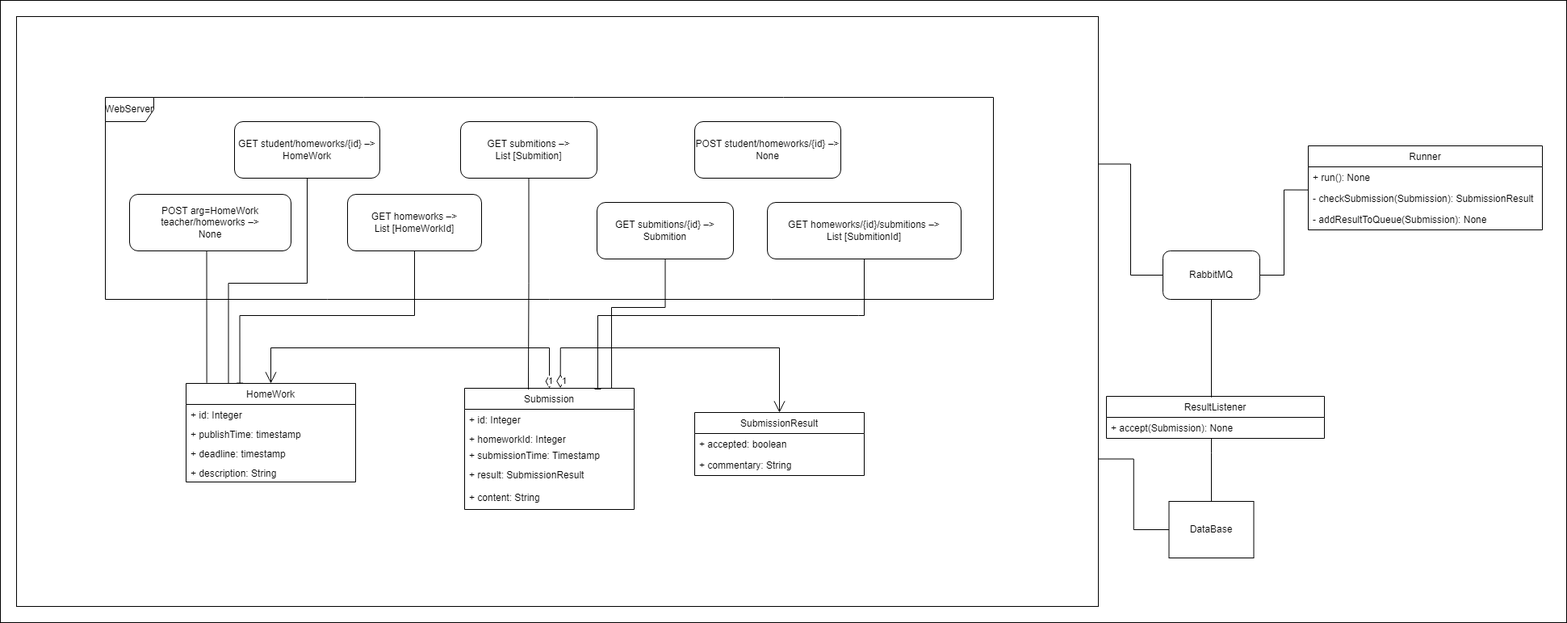
This is resources/classes.png from eshelukhina/HSE2022-MyHWProj, a draw.io export, as it was before one commit. Source tidied: cells renumbered, new cells last; positions are measured from the earlier drawing's top-left corner, leaving out a move shared by most shapes.
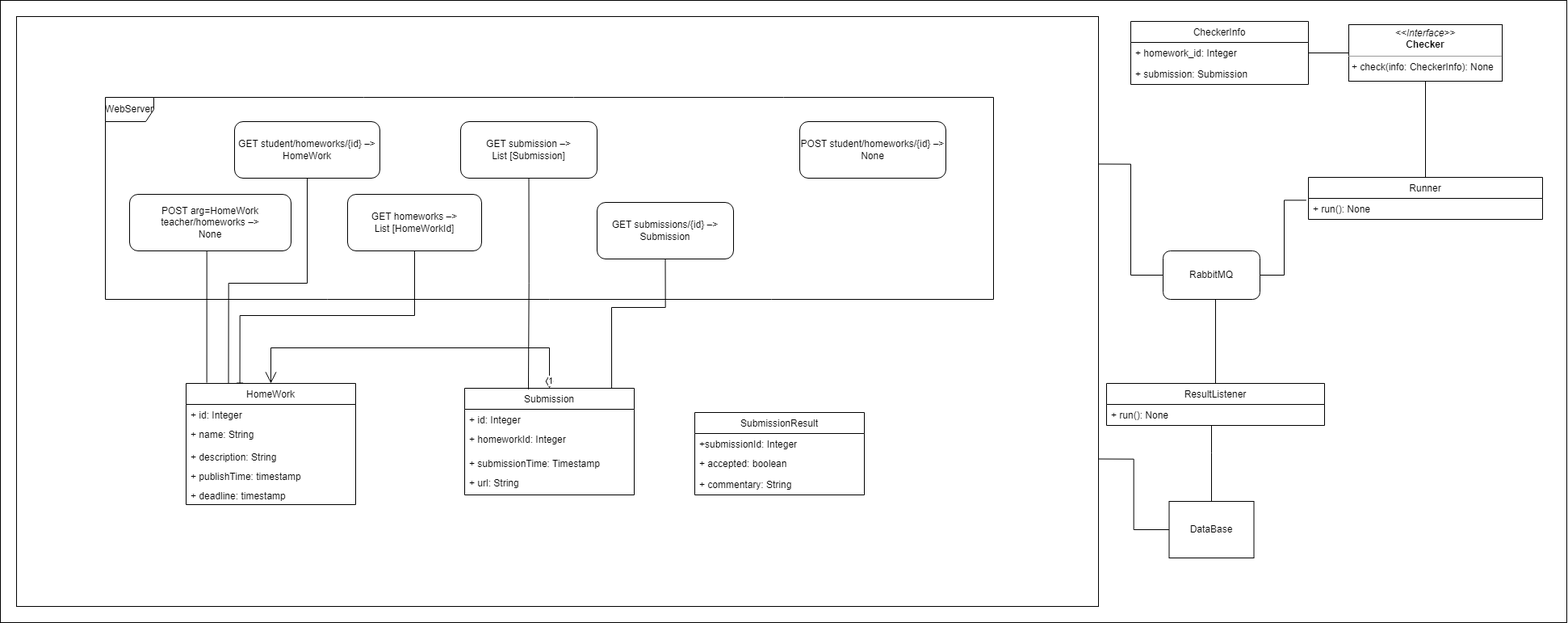
After the change.

Change to the diagram source:
```diff
@@ -5,7 +5,7 @@
     <mxCell id="2" style="rounded=0;whiteSpace=wrap;html=1;" parent="1" vertex="1">
       <mxGeometry width="1940" height="770" as="geometry" />
     </mxCell>
-    <mxCell id="3" style="edgeStyle=orthogonalEdgeStyle;rounded=0;jettySize=auto;html=1;entryX=1;entryY=0.5;entryDx=0;entryDy=0;endArrow=none;endFill=0;exitX=0;exitY=1.099;exitDx=0;exitDy=0;exitPerimeter=0;" parent="1" edge="1" source="45" target="43">
+    <mxCell id="3" style="edgeStyle=orthogonalEdgeStyle;rounded=0;jettySize=auto;html=1;entryX=1;entryY=0.5;entryDx=0;entryDy=0;endArrow=none;endFill=0;exitX=-0.009;exitY=0.09;exitDx=0;exitDy=0;exitPerimeter=0;" parent="1" edge="1" source="45" target="43">
       <mxGeometry relative="1" as="geometry" />
     </mxCell>
     <mxCell id="4" style="edgeStyle=orthogonalEdgeStyle;rounded=0;jettySize=auto;html=1;exitX=1;exitY=0.25;exitDx=0;exitDy=0;entryX=0;entryY=0.5;entryDx=0;entryDy=0;endArrow=none;endFill=0;" parent="1" edge="1" source="5" target="43">
@@ -29,47 +29,50 @@
       <mxGeometry x="430" y="240" width="166" height="70" as="geometry" />
     </mxCell>
     <mxCell id="9" value="SubmissionResult" style="swimlane;fontStyle=0;horizontal=1;startSize=26;fillColor=none;" parent="1" vertex="1">
-      <mxGeometry x="860" y="510" width="210" height="78" as="geometry" />
+      <mxGeometry x="860" y="510" width="210" height="102" as="geometry" />
     </mxCell>
+    <mxCell id="48" value="+submissionId: Integer" style="text;strokeColor=none;fillColor=none;align=left;verticalAlign=top;spacingLeft=4;spacingRight=4;overflow=hidden;" parent="9" vertex="1">
+      <mxGeometry y="26" width="210" height="24" as="geometry" />
+    </mxCell>
     <mxCell id="10" value="+ accepted: boolean" style="text;strokeColor=none;fillColor=none;align=left;verticalAlign=top;spacingLeft=4;spacingRight=4;overflow=hidden;" parent="9" vertex="1">
-      <mxGeometry y="26" width="210" height="26" as="geometry" />
+      <mxGeometry y="50" width="210" height="26" as="geometry" />
     </mxCell>
     <mxCell id="11" value="+ commentary: String " style="text;strokeColor=none;fillColor=none;align=left;verticalAlign=top;spacingLeft=4;spacingRight=4;overflow=hidden;" parent="9" vertex="1">
-      <mxGeometry y="52" width="210" height="26" as="geometry" />
+      <mxGeometry y="76" width="210" height="26" as="geometry" />
     </mxCell>
     <mxCell id="12" value="Submission" style="swimlane;fontStyle=0;horizontal=1;startSize=26;fillColor=none;" parent="1" vertex="1">
-      <mxGeometry x="575" y="480" width="210" height="150" as="geometry" />
+      <mxGeometry x="575" y="480" width="210" height="132" as="geometry" />
     </mxCell>
     <mxCell id="13" value="+ id: Integer" style="text;strokeColor=none;fillColor=none;align=left;verticalAlign=top;spacingLeft=4;spacingRight=4;overflow=hidden;" parent="12" vertex="1">
       <mxGeometry y="26" width="210" height="24" as="geometry" />
     </mxCell>
     <mxCell id="14" value="+ homeworkId: Integer " style="text;strokeColor=none;fillColor=none;align=left;verticalAlign=top;spacingLeft=4;spacingRight=4;overflow=hidden;" parent="12" vertex="1">
-      <mxGeometry y="50" width="210" height="20" as="geometry" />
+      <mxGeometry y="50" width="210" height="30" as="geometry" />
     </mxCell>
     <mxCell id="15" value="+ submissionTime: Timestamp " style="text;strokeColor=none;fillColor=none;align=left;verticalAlign=top;spacingLeft=4;spacingRight=4;overflow=hidden;" parent="12" vertex="1">
-      <mxGeometry y="70" width="210" height="24" as="geometry" />
+      <mxGeometry y="80" width="210" height="24" as="geometry" />
     </mxCell>
-    <mxCell id="16" value="+ result: SubmissionResult " style="text;strokeColor=none;fillColor=none;align=left;verticalAlign=top;spacingLeft=4;spacingRight=4;overflow=hidden;" parent="12" vertex="1">
-      <mxGeometry y="94" width="210" height="28" as="geometry" />
-    </mxCell>
-    <mxCell id="17" value="+ content: String " style="text;strokeColor=none;fillColor=none;align=left;verticalAlign=top;spacingLeft=4;spacingRight=4;overflow=hidden;" parent="12" vertex="1">
-      <mxGeometry y="122" width="210" height="28" as="geometry" />
+    <mxCell id="17" value="+ url: String " style="text;strokeColor=none;fillColor=none;align=left;verticalAlign=top;spacingLeft=4;spacingRight=4;overflow=hidden;" parent="12" vertex="1">
+      <mxGeometry y="104" width="210" height="28" as="geometry" />
     </mxCell>
     <mxCell id="18" value="HomeWork" style="swimlane;fontStyle=0;horizontal=1;startSize=26;fillColor=none;" parent="1" vertex="1">
-      <mxGeometry x="230" y="474" width="210" height="122" as="geometry" />
+      <mxGeometry x="230" y="474" width="210" height="150" as="geometry" />
     </mxCell>
     <mxCell id="19" value="+ id: Integer" style="text;strokeColor=none;fillColor=none;align=left;verticalAlign=top;spacingLeft=4;spacingRight=4;overflow=hidden;" parent="18" vertex="1">
       <mxGeometry y="26" width="210" height="24" as="geometry" />
     </mxCell>
+    <mxCell id="49" value="+ name: String " style="text;strokeColor=none;fillColor=none;align=left;verticalAlign=top;spacingLeft=4;spacingRight=4;overflow=hidden;" parent="18" vertex="1">
+      <mxGeometry y="50" width="210" height="28" as="geometry" />
+    </mxCell>
+    <mxCell id="22" value="+ description: String" style="text;strokeColor=none;fillColor=none;align=left;verticalAlign=top;spacingLeft=4;spacingRight=4;overflow=hidden;" parent="18" vertex="1">
+      <mxGeometry y="78" width="210" height="24" as="geometry" />
+    </mxCell>
     <mxCell id="20" value="+ publishTime: timestamp" style="text;strokeColor=none;fillColor=none;align=left;verticalAlign=top;spacingLeft=4;spacingRight=4;overflow=hidden;" parent="18" vertex="1">
-      <mxGeometry y="50" width="210" height="24" as="geometry" />
+      <mxGeometry y="102" width="210" height="24" as="geometry" />
     </mxCell>
     <mxCell id="21" value="+ deadline: timestamp" style="text;strokeColor=none;fillColor=none;align=left;verticalAlign=top;spacingLeft=4;spacingRight=4;overflow=hidden;" parent="18" vertex="1">
-      <mxGeometry y="74" width="210" height="24" as="geometry" />
+      <mxGeometry y="126" width="210" height="24" as="geometry" />
     </mxCell>
-    <mxCell id="22" value="+ description: String" style="text;strokeColor=none;fillColor=none;align=left;verticalAlign=top;spacingLeft=4;spacingRight=4;overflow=hidden;" parent="18" vertex="1">
-      <mxGeometry y="98" width="210" height="24" as="geometry" />
-    </mxCell>
     <mxCell id="23" style="edgeStyle=orthogonalEdgeStyle;rounded=0;jettySize=auto;html=1;exitX=0.5;exitY=1;exitDx=0;exitDy=0;entryX=0.25;entryY=0;entryDx=0;entryDy=0;endArrow=none;endFill=0;" parent="1" edge="1" source="24" target="18">
       <mxGeometry relative="1" as="geometry">
         <Array as="points">
@@ -84,24 +87,11 @@
     <mxCell id="25" style="edgeStyle=orthogonalEdgeStyle;rounded=0;jettySize=auto;html=1;exitX=0.5;exitY=1;exitDx=0;exitDy=0;entryX=0.376;entryY=0.01;entryDx=0;entryDy=0;entryPerimeter=0;endArrow=none;endFill=0;" parent="1" edge="1" source="26" target="12">
       <mxGeometry relative="1" as="geometry" />
     </mxCell>
-    <mxCell id="26" value="GET submitions –&amp;gt;&lt;br&gt;List [Submition]" style="rounded=1;whiteSpace=wrap;html=1;" parent="1" vertex="1">
+    <mxCell id="26" value="GET&amp;nbsp;&lt;span style=&quot;&quot;&gt;submission&lt;/span&gt;&amp;nbsp;–&amp;gt;&lt;br&gt;List [Submission]" style="rounded=1;whiteSpace=wrap;html=1;" parent="1" vertex="1">
       <mxGeometry x="570" y="150" width="169" height="70" as="geometry" />
     </mxCell>
-    <mxCell id="27" style="edgeStyle=orthogonalEdgeStyle;rounded=0;jettySize=auto;html=1;exitX=0.5;exitY=1;exitDx=0;exitDy=0;endArrow=baseDash;endFill=0;" parent="1" edge="1" source="28">
-      <mxGeometry relative="1" as="geometry">
-        <mxPoint x="740" y="481" as="targetPoint" />
-        <Array as="points">
-          <mxPoint x="1063" y="390" />
-          <mxPoint x="740" y="390" />
-          <mxPoint x="740" y="481" />
-        </Array>
-      </mxGeometry>
-    </mxCell>
-    <mxCell id="28" value="GET homeworks/{id}/submitions –&amp;gt;&lt;br&gt;List [SubmitionId]" style="rounded=1;whiteSpace=wrap;html=1;" parent="1" vertex="1">
-      <mxGeometry x="950" y="250" width="240" height="70" as="geometry" />
-    </mxCell>
     <mxCell id="29" value="POST student/homeworks/{id} –&amp;gt;&lt;br&gt;None" style="rounded=1;whiteSpace=wrap;html=1;" parent="1" vertex="1">
-      <mxGeometry x="860" y="150" width="181" height="70" as="geometry" />
+      <mxGeometry x="990" y="150" width="181" height="70" as="geometry" />
     </mxCell>
     <mxCell id="30" style="edgeStyle=orthogonalEdgeStyle;rounded=0;jettySize=auto;html=1;exitX=0.5;exitY=1;exitDx=0;exitDy=0;endArrow=none;endFill=0;entryX=0.867;entryY=-0.003;entryDx=0;entryDy=0;entryPerimeter=0;" parent="1" edge="1" source="31" target="12">
       <mxGeometry relative="1" as="geometry">
@@ -111,7 +101,7 @@
         </Array>
       </mxGeometry>
     </mxCell>
-    <mxCell id="31" value="GET submitions/{id} –&amp;gt;&lt;br&gt;Submition" style="rounded=1;whiteSpace=wrap;html=1;" parent="1" vertex="1">
+    <mxCell id="31" value="GET&amp;nbsp;&lt;span style=&quot;&quot;&gt;submissions&lt;/span&gt;/{id} –&amp;gt;&lt;br&gt;Submission" style="rounded=1;whiteSpace=wrap;html=1;" parent="1" vertex="1">
       <mxGeometry x="739" y="250" width="169" height="70" as="geometry" />
     </mxCell>
     <mxCell id="32" style="edgeStyle=orthogonalEdgeStyle;rounded=0;jettySize=auto;html=1;exitX=0.5;exitY=1;exitDx=0;exitDy=0;entryX=0.122;entryY=-0.006;entryDx=0;entryDy=0;endArrow=none;endFill=0;entryPerimeter=0;" parent="1" edge="1" source="33" target="18">
@@ -124,14 +114,6 @@
     <mxCell id="33" value="POST arg=HomeWork teacher/homeworks –&amp;gt;&lt;br&gt;None" style="rounded=1;whiteSpace=wrap;html=1;" parent="1" vertex="1">
       <mxGeometry x="160" y="240" width="200" height="70" as="geometry" />
     </mxCell>
-    <mxCell id="34" value="1" style="endArrow=open;html=1;endSize=12;startArrow=diamondThin;startSize=14;startFill=0;edgeStyle=orthogonalEdgeStyle;align=left;verticalAlign=bottom;rounded=0;exitX=0.565;exitY=-0.002;exitDx=0;exitDy=0;entryX=0.5;entryY=0;entryDx=0;entryDy=0;exitPerimeter=0;" parent="1" edge="1" source="12" target="9">
-      <mxGeometry x="-1" relative="1" as="geometry">
-        <Array as="points">
-          <mxPoint x="694" y="430" />
-          <mxPoint x="965" y="430" />
-        </Array>
-      </mxGeometry>
-    </mxCell>
     <mxCell id="35" value="1" style="endArrow=open;html=1;endSize=12;startArrow=diamondThin;startSize=14;startFill=0;edgeStyle=orthogonalEdgeStyle;align=left;verticalAlign=bottom;rounded=0;exitX=0.5;exitY=0;exitDx=0;exitDy=0;entryX=0.5;entryY=0;entryDx=0;entryDy=0;" parent="1" edge="1" source="12" target="18">
       <mxGeometry x="-1" y="3" relative="1" as="geometry">
         <Array as="points">
@@ -155,36 +137,48 @@
       </mxGeometry>
     </mxCell>
     <mxCell id="39" value="ResultListener" style="swimlane;fontStyle=0;horizontal=1;startSize=26;fillColor=none;" parent="1" vertex="1">
-      <mxGeometry x="1370" y="490" width="270" height="52" as="geometry" />
+      <mxGeometry x="1370" y="474" width="270" height="52" as="geometry" />
     </mxCell>
-    <mxCell id="40" value="+ accept(Submission): None" style="text;strokeColor=none;fillColor=none;align=left;verticalAlign=top;spacingLeft=4;spacingRight=4;overflow=hidden;" parent="39" vertex="1">
-      <mxGeometry y="26" width="270" height="26" as="geometry" />
-    </mxCell>
+    <mxCell id="50" value="+ run(): None" style="text;strokeColor=none;fillColor=none;align=left;verticalAlign=top;spacingLeft=4;spacingRight=4;overflow=hidden;" parent="39" vertex="1">
+      <mxGeometry y="26" width="270" height="26" as="geometry" />
+    </mxCell>
     <mxCell id="41" value="DataBase" style="text;html=1;strokeColor=none;fillColor=none;align=center;verticalAlign=middle;whiteSpace=wrap;rounded=0;" parent="1" vertex="1">
       <mxGeometry x="1470" y="640" width="60" height="30" as="geometry" />
     </mxCell>
-    <mxCell id="42" style="edgeStyle=orthogonalEdgeStyle;rounded=0;jettySize=auto;html=1;exitX=0.5;exitY=1;exitDx=0;exitDy=0;endArrow=none;endFill=0;" parent="1" edge="1" source="43">
-      <mxGeometry relative="1" as="geometry">
-        <mxPoint x="1500" y="470" as="targetPoint" />
-        <Array as="points">
-          <mxPoint x="1500" y="491" />
-        </Array>
-      </mxGeometry>
-    </mxCell>
     <mxCell id="43" value="RabbitMQ" style="rounded=1;whiteSpace=wrap;html=1;" parent="1" vertex="1">
       <mxGeometry x="1440" y="310" width="120" height="60" as="geometry" />
     </mxCell>
     <mxCell id="44" value="Runner" style="swimlane;fontStyle=0;horizontal=1;startSize=26;fillColor=none;" parent="1" vertex="1">
-      <mxGeometry x="1620" y="180" width="290" height="104" as="geometry" />
+      <mxGeometry x="1620" y="219" width="290" height="52" as="geometry" />
     </mxCell>
     <mxCell id="45" value="+ run(): None" style="text;strokeColor=none;fillColor=none;align=left;verticalAlign=top;spacingLeft=4;spacingRight=4;overflow=hidden;points=[[0,0.5],[1,0.5]];portConstraint=eastwest;" parent="44" vertex="1">
       <mxGeometry y="26" width="290" height="26" as="geometry" />
     </mxCell>
-    <mxCell id="46" value="- checkSubmission(Submission): SubmissionResult" style="text;strokeColor=none;fillColor=none;align=left;verticalAlign=top;spacingLeft=4;spacingRight=4;overflow=hidden;" parent="44" vertex="1">
-      <mxGeometry y="52" width="290" height="26" as="geometry" />
-    </mxCell>
-    <mxCell id="47" value="- addResultToQueue(Submission): None" style="text;strokeColor=none;fillColor=none;align=left;verticalAlign=top;spacingLeft=4;spacingRight=4;overflow=hidden;" parent="44" vertex="1">
-      <mxGeometry y="78" width="290" height="26" as="geometry" />
-    </mxCell>
+    <mxCell id="51" style="edgeStyle=orthogonalEdgeStyle;rounded=0;jettySize=auto;html=1;entryX=0.5;entryY=0;entryDx=0;entryDy=0;endArrow=none;endFill=0;" parent="1" edge="1" target="39">
+      <mxGeometry relative="1" as="geometry">
+        <mxPoint x="1505" y="370" as="sourcePoint" />
+        <Array as="points">
+          <mxPoint x="1505" y="370" />
+        </Array>
+      </mxGeometry>
+    </mxCell>
+    <mxCell id="52" style="edgeStyle=orthogonalEdgeStyle;rounded=0;jettySize=auto;html=1;exitX=0.5;exitY=1;exitDx=0;exitDy=0;entryX=0.5;entryY=0;entryDx=0;entryDy=0;endArrow=none;endFill=0;" parent="1" edge="1" source="53" target="44">
+      <mxGeometry relative="1" as="geometry" />
+    </mxCell>
+    <mxCell id="53" value="&lt;p style=&quot;margin:0px;margin-top:4px;text-align:center;&quot;&gt;&lt;i&gt;&amp;lt;&amp;lt;Interface&amp;gt;&amp;gt;&lt;/i&gt;&lt;br&gt;&lt;b&gt;Checker&lt;/b&gt;&lt;/p&gt;&lt;hr size=&quot;1&quot;&gt;&lt;p style=&quot;margin:0px;margin-left:4px;&quot;&gt;&lt;/p&gt;&lt;p style=&quot;margin:0px;margin-left:4px;&quot;&gt;+ check(info: CheckerInfo): None&lt;br&gt;&lt;/p&gt;" style="verticalAlign=top;align=left;overflow=fill;fontSize=12;fontFamily=Helvetica;html=1;" parent="1" vertex="1">
+      <mxGeometry x="1670" y="30" width="190" height="70" as="geometry" />
+    </mxCell>
+    <mxCell id="54" value="CheckerInfo" style="swimlane;fontStyle=0;horizontal=1;startSize=26;fillColor=none;" parent="1" vertex="1">
+      <mxGeometry x="1400" y="26" width="220" height="78" as="geometry" />
+    </mxCell>
+    <mxCell id="55" value="+ homework_id: Integer" style="text;strokeColor=none;fillColor=none;align=left;verticalAlign=top;spacingLeft=4;spacingRight=4;overflow=hidden;points=[[0,0.5],[1,0.5]];portConstraint=eastwest;" parent="54" vertex="1">
+      <mxGeometry y="26" width="220" height="26" as="geometry" />
+    </mxCell>
+    <mxCell id="56" value="+ submission: Submission" style="text;strokeColor=none;fillColor=none;align=left;verticalAlign=top;spacingLeft=4;spacingRight=4;overflow=hidden;" parent="54" vertex="1">
+      <mxGeometry y="52" width="220" height="26" as="geometry" />
+    </mxCell>
+    <mxCell id="57" style="edgeStyle=orthogonalEdgeStyle;rounded=0;jettySize=auto;html=1;exitX=1;exitY=0.5;exitDx=0;exitDy=0;entryX=0;entryY=0.5;entryDx=0;entryDy=0;endArrow=none;endFill=0;" parent="1" edge="1" source="55" target="53">
+      <mxGeometry relative="1" as="geometry" />
+    </mxCell>
   </root>
 </mxGraphModel>
```
